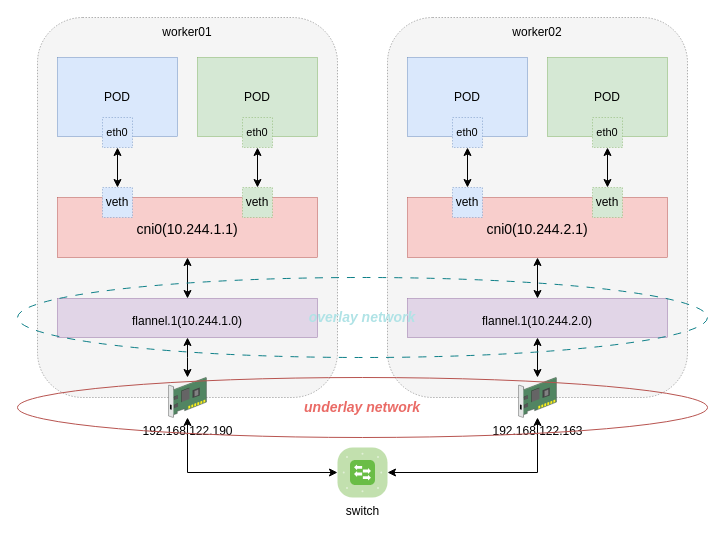
This is Flannel_no_IP.drawio from qinxinliang/diagrams, a draw.io file, before an edit. Source tidied: cells renumbered, new cells numbered last; positions are measured from the earlier drawing's top-left corner, leaving out a move shared by most shapes. Both pictures are drawn from the tidied source at 100%, with x=0, y=0 at pixel (17, 17).
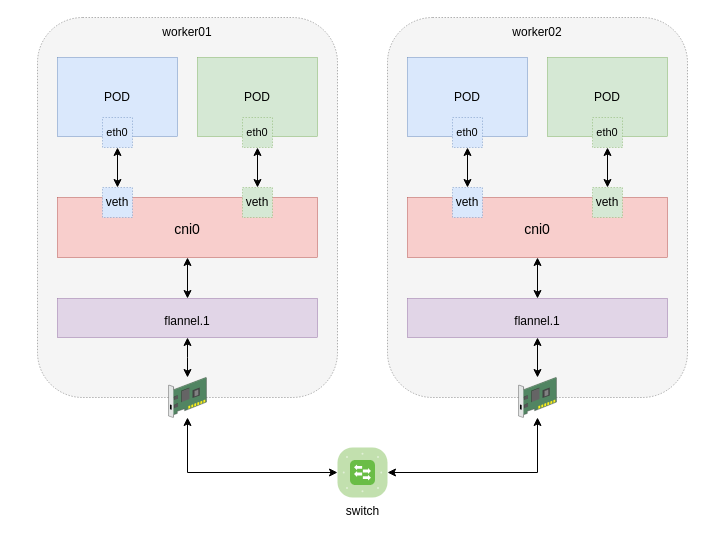
After the change.

Change to the diagram source:
```diff
@@
-    <mxCell id="4" value="&lt;div&gt;&lt;br&gt;&lt;/div&gt;&lt;div&gt;cni0(10.244.1.1)&lt;/div&gt;" style="whiteSpace=wrap;html=1;fillColor=#f8cecc;fontSize=14;strokeColor=#b85450;verticalAlign=top;strokeWidth=0.5;" parent="1" vertex="1">
+    <mxCell id="4" value="&lt;div&gt;&lt;br&gt;&lt;/div&gt;&lt;div&gt;cni0&lt;/div&gt;" style="whiteSpace=wrap;html=1;fillColor=#f8cecc;fontSize=14;strokeColor=#b85450;verticalAlign=top;strokeWidth=0.5;" parent="1" vertex="1">
       <mxGeometry x="40" y="180" width="260" height="60" as="geometry" />
     </mxCell>
@@
-    <mxCell id="6" value="192.168.122.190" style="shadow=0;dashed=0;html=1;labelPosition=center;verticalLabelPosition=bottom;verticalAlign=top;align=center;outlineConnect=0;shape=mxgraph.veeam.3d.network_card;" parent="1" vertex="1">
+    <mxCell id="6" style="shadow=0;dashed=0;html=1;labelPosition=center;verticalLabelPosition=bottom;verticalAlign=top;align=center;outlineConnect=0;shape=mxgraph.veeam.3d.network_card;" parent="1" vertex="1">
       <mxGeometry x="151" y="360" width="38" height="40" as="geometry" />
     </mxCell>
@@
-    <mxCell id="15" value="&lt;div&gt;&lt;br&gt;&lt;/div&gt;&lt;div&gt;flannel.1(10.244.1.0)&lt;/div&gt;" style="text;html=1;strokeColor=none;fillColor=none;align=center;verticalAlign=middle;whiteSpace=wrap;rounded=0;" parent="1" vertex="1">
+    <mxCell id="15" value="&lt;div&gt;&lt;br&gt;&lt;/div&gt;&lt;div&gt;flannel.1&lt;/div&gt;" style="text;html=1;strokeColor=none;fillColor=none;align=center;verticalAlign=middle;whiteSpace=wrap;rounded=0;" parent="1" vertex="1">
       <mxGeometry x="140" y="291" width="60" height="10" as="geometry" />
     </mxCell>
@@
-    <mxCell id="18" value="&lt;div&gt;&lt;br&gt;&lt;/div&gt;&lt;div&gt;cni0(10.244.2.1)&lt;/div&gt;" style="whiteSpace=wrap;html=1;fillColor=#f8cecc;fontSize=14;strokeColor=#b85450;verticalAlign=top;strokeWidth=0.5;" parent="1" vertex="1">
+    <mxCell id="18" value="&lt;div&gt;&lt;br&gt;&lt;/div&gt;&lt;div&gt;cni0&lt;/div&gt;" style="whiteSpace=wrap;html=1;fillColor=#f8cecc;fontSize=14;strokeColor=#b85450;verticalAlign=top;strokeWidth=0.5;" parent="1" vertex="1">
       <mxGeometry x="390" y="180" width="260" height="60" as="geometry" />
     </mxCell>
@@
-    <mxCell id="20" value="192.168.122.163" style="shadow=0;dashed=0;html=1;labelPosition=center;verticalLabelPosition=bottom;verticalAlign=top;align=center;outlineConnect=0;shape=mxgraph.veeam.3d.network_card;" parent="1" vertex="1">
+    <mxCell id="20" style="shadow=0;dashed=0;html=1;labelPosition=center;verticalLabelPosition=bottom;verticalAlign=top;align=center;outlineConnect=0;shape=mxgraph.veeam.3d.network_card;" parent="1" vertex="1">
       <mxGeometry x="501" y="360" width="38" height="40" as="geometry" />
     </mxCell>
@@
-    <mxCell id="29" value="&lt;div&gt;&lt;br&gt;&lt;/div&gt;&lt;div&gt;flannel.1(10.244.2.0)&lt;/div&gt;" style="text;html=1;strokeColor=none;fillColor=none;align=center;verticalAlign=middle;whiteSpace=wrap;rounded=0;" parent="1" vertex="1">
+    <mxCell id="29" value="&lt;div&gt;&lt;br&gt;&lt;/div&gt;&lt;div&gt;flannel.1&lt;/div&gt;" style="text;html=1;strokeColor=none;fillColor=none;align=center;verticalAlign=middle;whiteSpace=wrap;rounded=0;" parent="1" vertex="1">
       <mxGeometry x="490" y="291" width="60" height="10" as="geometry" />
     </mxCell>
@@
-    <mxCell id="37" value="&lt;i&gt;&lt;font color=&quot;#ea6b66&quot;&gt;&lt;b&gt;&lt;font style=&quot;font-size: 14px;&quot;&gt;underlay network&lt;/font&gt;&lt;/b&gt;&lt;/font&gt;&lt;/i&gt;" style="ellipse;whiteSpace=wrap;html=1;fillColor=none;strokeColor=#b85450;fillStyle=cross-hatch;gradientColor=#ea6b66;" parent="1" vertex="1">
-      <mxGeometry y="360" width="690" height="60" as="geometry" />
-    </mxCell>
-    <mxCell id="38" value="&lt;font color=&quot;#b0e3e6&quot;&gt;&lt;i&gt;&lt;b&gt;&lt;font style=&quot;font-size: 14px;&quot;&gt;overlay network&lt;/font&gt;&lt;/b&gt;&lt;/i&gt;&lt;/font&gt;" style="ellipse;whiteSpace=wrap;html=1;fillColor=none;strokeColor=#0e8088;fillStyle=cross-hatch;dashed=1;dashPattern=8 8;" parent="1" vertex="1">
-      <mxGeometry y="260" width="690" height="80" as="geometry" />
-    </mxCell>
```
